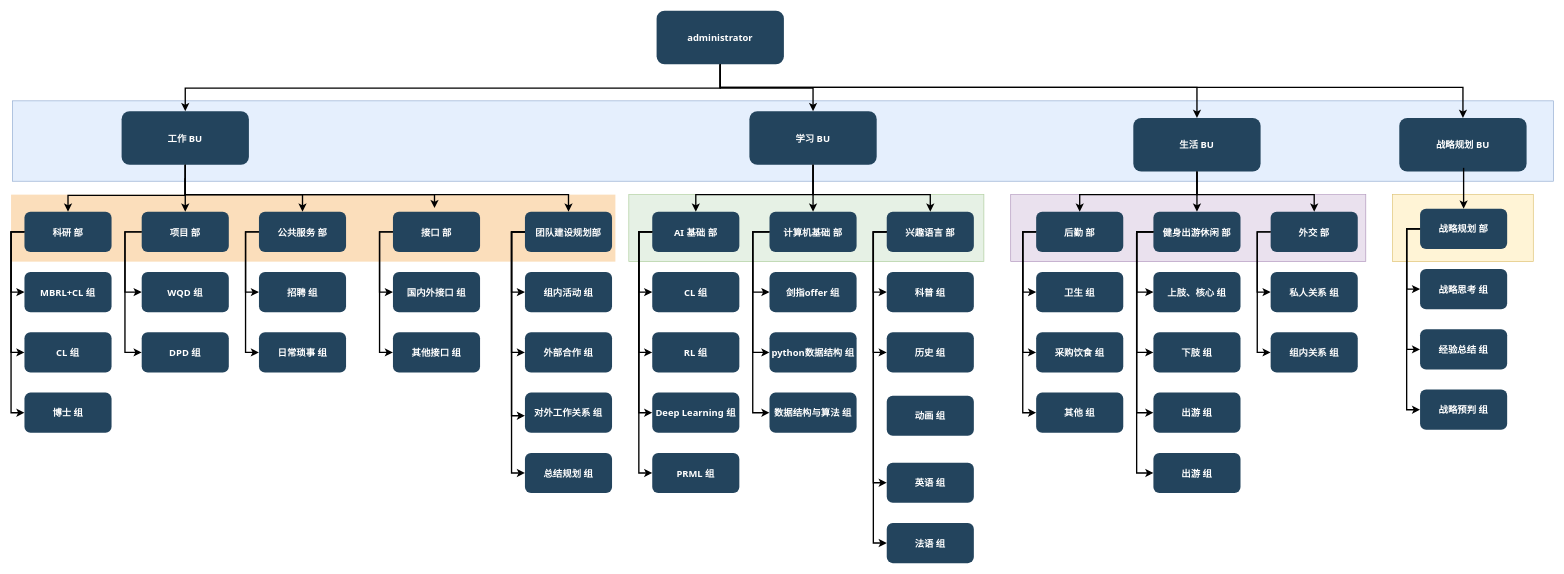
Before: department_structure.drawio in Newsteinwell/Drawio, a draw.io diagram. Source tidied: cells renumbered, new cells numbered last; positions are measured from the earlier drawing's top-left corner, leaving out a move shared by most shapes. Both pictures are drawn from the tidied source at 67%, with x=0, y=0 at pixel (11, 11).
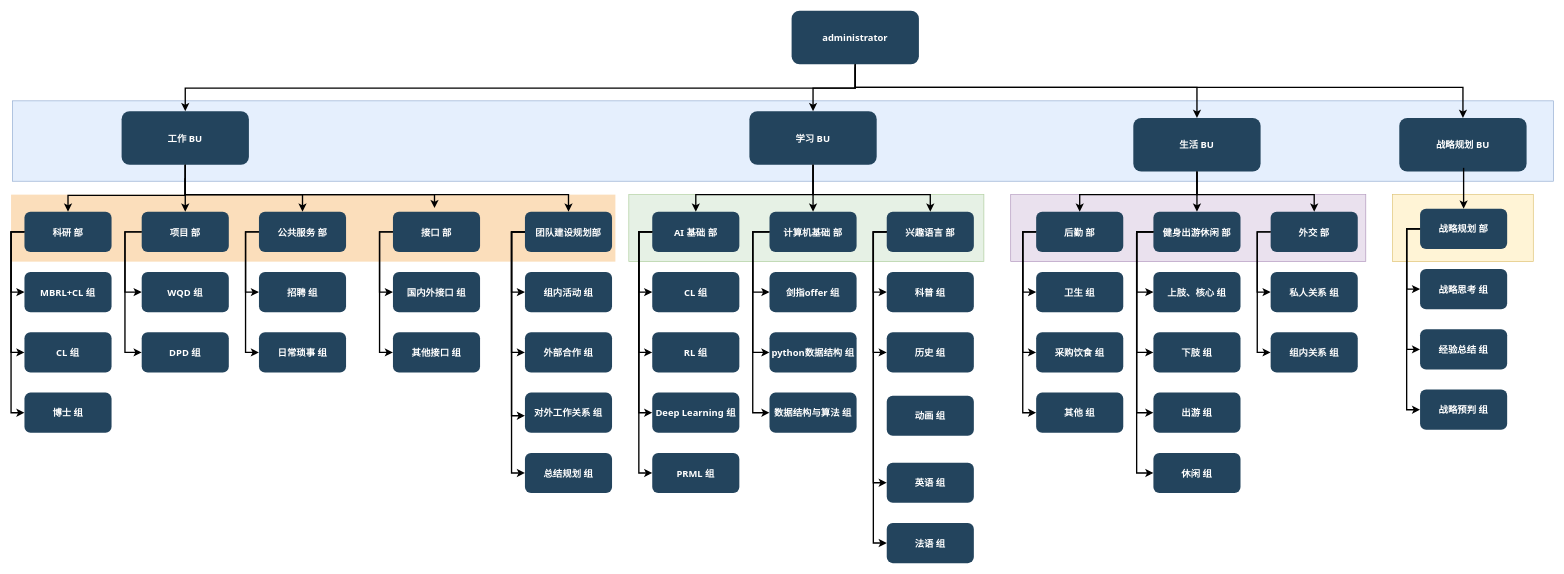
The same page after the edit.

Unchanged cells that the change refers to:
```xml
<mxCell id="8" value="生活 BU" style="rounded=1;fillColor=#23445D;gradientColor=none;strokeColor=none;fontColor=#FFFFFF;fontStyle=1;fontFamily=Tahoma;fontSize=14;" parent="1" vertex="1">
  <mxGeometry x="1675" y="159.5" width="190" height="80" as="geometry" />
</mxCell>
```

The edit, as a diff of the source:
```diff
@@
     <mxCell id="7" value="administrator" style="rounded=1;fillColor=#23445D;gradientColor=none;strokeColor=none;fontColor=#FFFFFF;fontStyle=1;fontFamily=Tahoma;fontSize=14;" parent="1" vertex="1">
-      <mxGeometry x="963.5" y="-0.5" width="190" height="80" as="geometry" />
+      <mxGeometry x="1165" y="-0.5" width="190" height="80" as="geometry" />
     </mxCell>
@@
-    <mxCell id="9" style="edgeStyle=elbowEdgeStyle;elbow=vertical;strokeWidth=2;rounded=0;" parent="1" edge="1" source="7" target="8">
+    <mxCell id="9" style="edgeStyle=elbowEdgeStyle;elbow=vertical;strokeWidth=2;rounded=0;" parent="1" edge="1" target="8">
       <mxGeometry x="432" y="215.5" as="geometry">
+        <mxPoint x="1260" y="84" as="sourcePoint" />
         <Array as="points">
           <mxPoint x="1310" y="114" />
         </Array>
       </mxGeometry>
     </mxCell>
@@
-    <mxCell id="111" value="出游 组" style="rounded=1;fillColor=#23445D;gradientColor=none;strokeColor=none;fontColor=#FFFFFF;fontStyle=1;fontFamily=Tahoma;fontSize=14;" parent="1" vertex="1">
+    <mxCell id="111" value="休闲 组" style="rounded=1;fillColor=#23445D;gradientColor=none;strokeColor=none;fontColor=#FFFFFF;fontStyle=1;fontFamily=Tahoma;fontSize=14;" parent="1" vertex="1">
       <mxGeometry x="1705" y="659.5" width="130" height="60" as="geometry" />
     </mxCell>
```
